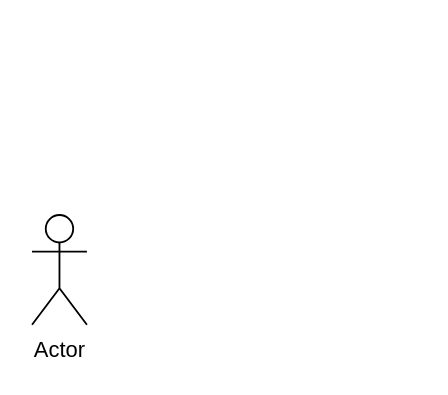
This is 제목 없는 다이어그램.drawio from Codemaniac7/KB_FinalProject, a draw.io file, before an edit. Source tidied: cells renumbered, new cells numbered last; positions are measured from the earlier drawing's top-left corner, leaving out a move shared by most shapes. Both pictures are drawn from the tidied source at 183%, with x=0, y=0 at pixel (31, 214).
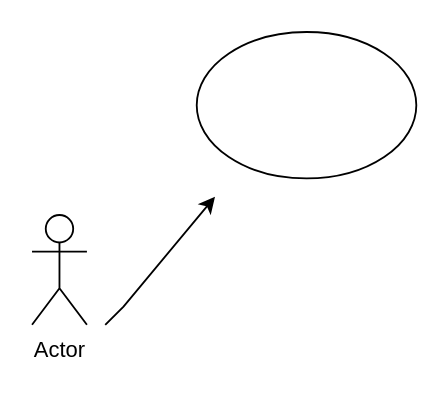
After the change.

Change to the diagram source:
```diff
@@
 <mxGraphModel>
   <root>
     <mxCell id="0" />
     <mxCell id="1" parent="0" />
     <mxCell id="2" value="Actor" style="shape=umlActor;verticalLabelPosition=bottom;verticalAlign=top;html=1;" parent="1" vertex="1">
       <mxGeometry width="30" height="60" as="geometry" />
     </mxCell>
+    <mxCell id="3" style="ellipse;whiteSpace=wrap;html=1;" parent="1" vertex="1">
+      <mxGeometry x="90" y="-100" width="120" height="80" as="geometry" />
+    </mxCell>
+    <mxCell id="4" style="endArrow=classic;html=1;rounded=0;" parent="1" edge="1">
+      <mxGeometry relative="1" as="geometry">
+        <mxPoint x="40" y="60" as="sourcePoint" />
+        <mxPoint x="100" y="-10" as="targetPoint" />
+        <Array as="points">
+          <mxPoint x="50" y="50" />
+        </Array>
+      </mxGeometry>
+    </mxCell>
   </root>
 </mxGraphModel>
```
